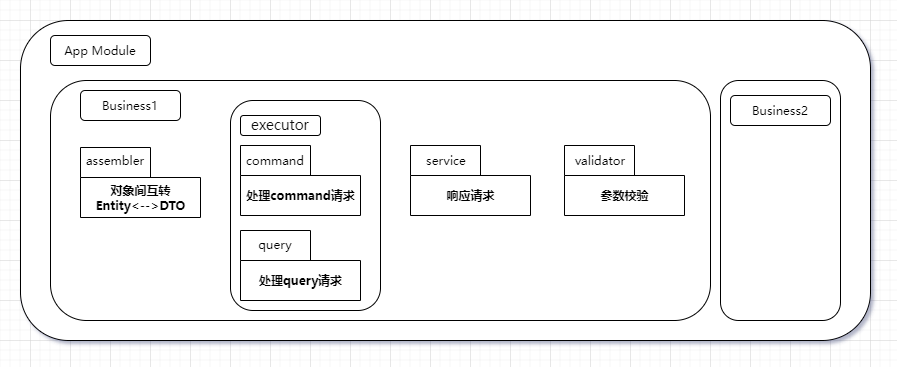
Earlier version of the draw.io export doc/image/witboot-app.png (sunxiaozhi/WitBoot). Source tidied: cells renumbered, new cells last; positions are measured from the earlier drawing's top-left corner, leaving out a move shared by most shapes.
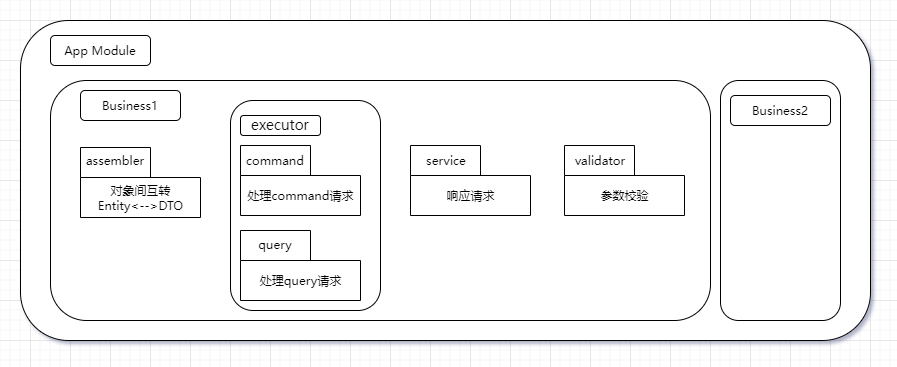
Above is the later version.

What changed in the source:
```diff
@@ -2,64 +2,64 @@
   <root>
     <mxCell id="0" />
     <mxCell id="1" parent="0" />
-    <mxCell id="2" style="rounded=1;whiteSpace=wrap;html=1;fontFamily=SourceCodePro-Medium;" parent="1" vertex="1">
+    <mxCell id="2" style="rounded=1;whiteSpace=wrap;html=1;fontFamily=SourceCodePro-Medium;fontStyle=0;" parent="1" vertex="1">
       <mxGeometry width="850" height="320" as="geometry" />
     </mxCell>
-    <mxCell id="3" style="rounded=1;whiteSpace=wrap;html=1;fontFamily=SourceCodePro-Medium;" parent="1" vertex="1">
+    <mxCell id="3" style="rounded=1;whiteSpace=wrap;html=1;fontFamily=SourceCodePro-Medium;fontStyle=0;" parent="1" vertex="1">
       <mxGeometry x="30" y="60" width="660" height="240" as="geometry" />
     </mxCell>
-    <mxCell id="4" style="rounded=1;whiteSpace=wrap;html=1;fontFamily=SourceCodePro-Medium;" parent="1" vertex="1">
+    <mxCell id="4" style="rounded=1;whiteSpace=wrap;html=1;fontFamily=SourceCodePro-Medium;fontStyle=0;" parent="1" vertex="1">
       <mxGeometry x="210" y="80" width="150" height="210" as="geometry" />
     </mxCell>
-    <mxCell id="5" value="对象间互转&lt;br&gt;Entity&amp;lt;--&amp;gt;DTO" style="shape=folder;fontStyle=1;tabWidth=70;tabHeight=30;tabPosition=left;html=1;boundedLbl=1;fontFamily=SourceCodePro-Medium;" parent="1" vertex="1">
+    <mxCell id="5" value="对象间互转&lt;br&gt;Entity&amp;lt;--&amp;gt;DTO" style="shape=folder;fontStyle=0;tabWidth=70;tabHeight=30;tabPosition=left;html=1;boundedLbl=1;fontFamily=SourceCodePro-Medium;" parent="1" vertex="1">
       <mxGeometry x="60" y="127" width="120" height="70" as="geometry" />
     </mxCell>
-    <mxCell id="6" value="响应请求" style="shape=folder;fontStyle=1;tabWidth=70;tabHeight=30;tabPosition=left;html=1;boundedLbl=1;fontFamily=SourceCodePro-Medium;" parent="1" vertex="1">
+    <mxCell id="6" value="响应请求" style="shape=folder;fontStyle=0;tabWidth=70;tabHeight=30;tabPosition=left;html=1;boundedLbl=1;fontFamily=SourceCodePro-Medium;" parent="1" vertex="1">
       <mxGeometry x="390" y="125" width="120" height="70" as="geometry" />
     </mxCell>
-    <mxCell id="7" value="App Module" style="rounded=1;whiteSpace=wrap;html=1;fontFamily=SourceCodePro-Medium;" parent="1" vertex="1">
+    <mxCell id="7" value="App Module" style="rounded=1;whiteSpace=wrap;html=1;fontFamily=SourceCodePro-Medium;fontStyle=0;" parent="1" vertex="1">
       <mxGeometry x="30" y="15" width="100" height="30" as="geometry" />
     </mxCell>
-    <mxCell id="8" value="Business1" style="rounded=1;whiteSpace=wrap;html=1;fontFamily=SourceCodePro-Medium;" parent="1" vertex="1">
+    <mxCell id="8" value="Business1" style="rounded=1;whiteSpace=wrap;html=1;fontFamily=SourceCodePro-Medium;fontStyle=0;" parent="1" vertex="1">
       <mxGeometry x="60" y="70" width="100" height="30" as="geometry" />
     </mxCell>
-    <mxCell id="9" value="处理command请求" style="shape=folder;fontStyle=1;tabWidth=70;tabHeight=30;tabPosition=left;html=1;boundedLbl=1;fontFamily=SourceCodePro-Medium;" parent="1" vertex="1">
+    <mxCell id="9" value="处理command请求" style="shape=folder;fontStyle=0;tabWidth=70;tabHeight=30;tabPosition=left;html=1;boundedLbl=1;fontFamily=SourceCodePro-Medium;" parent="1" vertex="1">
       <mxGeometry x="220" y="125" width="120" height="70" as="geometry" />
     </mxCell>
-    <mxCell id="10" value="service" style="text;html=1;strokeColor=none;fillColor=none;align=center;verticalAlign=middle;whiteSpace=wrap;rounded=0;fontFamily=SourceCodePro-Medium;" parent="1" vertex="1">
+    <mxCell id="10" value="service" style="text;html=1;strokeColor=none;fillColor=none;align=center;verticalAlign=middle;whiteSpace=wrap;rounded=0;fontFamily=SourceCodePro-Medium;fontStyle=0;" parent="1" vertex="1">
       <mxGeometry x="406" y="130" width="40" height="20" as="geometry" />
     </mxCell>
-    <mxCell id="11" style="edgeStyle=orthogonalEdgeStyle;rounded=0;orthogonalLoop=1;jettySize=auto;html=1;exitX=0.5;exitY=1;exitDx=0;exitDy=0;fontFamily=SourceCodePro-Medium;" parent="1" edge="1">
+    <mxCell id="11" style="edgeStyle=orthogonalEdgeStyle;rounded=0;orthogonalLoop=1;jettySize=auto;html=1;exitX=0.5;exitY=1;exitDx=0;exitDy=0;fontFamily=SourceCodePro-Medium;fontStyle=0;" parent="1" edge="1">
       <mxGeometry relative="1" as="geometry">
         <mxPoint x="90" y="169" as="sourcePoint" />
         <mxPoint x="90" y="169" as="targetPoint" />
       </mxGeometry>
     </mxCell>
-    <mxCell id="12" value="参数校验" style="shape=folder;fontStyle=1;tabWidth=70;tabHeight=30;tabPosition=left;html=1;boundedLbl=1;fontFamily=SourceCodePro-Medium;" parent="1" vertex="1">
+    <mxCell id="12" value="参数校验" style="shape=folder;fontStyle=0;tabWidth=70;tabHeight=30;tabPosition=left;html=1;boundedLbl=1;fontFamily=SourceCodePro-Medium;" parent="1" vertex="1">
       <mxGeometry x="544" y="125" width="120" height="70" as="geometry" />
     </mxCell>
-    <mxCell id="13" value="处理query请求" style="shape=folder;fontStyle=1;tabWidth=70;tabHeight=30;tabPosition=left;html=1;boundedLbl=1;fontFamily=SourceCodePro-Medium;" parent="1" vertex="1">
+    <mxCell id="13" value="处理query请求" style="shape=folder;fontStyle=0;tabWidth=70;tabHeight=30;tabPosition=left;html=1;boundedLbl=1;fontFamily=SourceCodePro-Medium;" parent="1" vertex="1">
       <mxGeometry x="220" y="210" width="120" height="70" as="geometry" />
     </mxCell>
-    <mxCell id="14" value="command" style="text;html=1;strokeColor=none;fillColor=none;align=center;verticalAlign=middle;whiteSpace=wrap;rounded=0;fontFamily=SourceCodePro-Medium;" parent="1" vertex="1">
+    <mxCell id="14" value="command" style="text;html=1;strokeColor=none;fillColor=none;align=center;verticalAlign=middle;whiteSpace=wrap;rounded=0;fontFamily=SourceCodePro-Medium;fontStyle=0;" parent="1" vertex="1">
       <mxGeometry x="235" y="130" width="40" height="20" as="geometry" />
     </mxCell>
-    <mxCell id="15" value="assembler" style="text;html=1;strokeColor=none;fillColor=none;align=center;verticalAlign=middle;whiteSpace=wrap;rounded=0;fontFamily=SourceCodePro-Medium;" parent="1" vertex="1">
+    <mxCell id="15" value="assembler" style="text;html=1;strokeColor=none;fillColor=none;align=center;verticalAlign=middle;whiteSpace=wrap;rounded=0;fontFamily=SourceCodePro-Medium;fontStyle=0;" parent="1" vertex="1">
       <mxGeometry x="75" y="130" width="40" height="20" as="geometry" />
     </mxCell>
-    <mxCell id="16" value="validator" style="text;html=1;strokeColor=none;fillColor=none;align=center;verticalAlign=middle;whiteSpace=wrap;rounded=0;fontFamily=SourceCodePro-Medium;" parent="1" vertex="1">
+    <mxCell id="16" value="validator" style="text;html=1;strokeColor=none;fillColor=none;align=center;verticalAlign=middle;whiteSpace=wrap;rounded=0;fontFamily=SourceCodePro-Medium;fontStyle=0;" parent="1" vertex="1">
       <mxGeometry x="560" y="130" width="40" height="20" as="geometry" />
     </mxCell>
-    <mxCell id="17" value="query" style="text;html=1;strokeColor=none;fillColor=none;align=center;verticalAlign=middle;whiteSpace=wrap;rounded=0;fontFamily=SourceCodePro-Medium;" parent="1" vertex="1">
+    <mxCell id="17" value="query" style="text;html=1;strokeColor=none;fillColor=none;align=center;verticalAlign=middle;whiteSpace=wrap;rounded=0;fontFamily=SourceCodePro-Medium;fontStyle=0;" parent="1" vertex="1">
       <mxGeometry x="235" y="214" width="40" height="20" as="geometry" />
     </mxCell>
-    <mxCell id="18" style="rounded=1;whiteSpace=wrap;html=1;fontFamily=SourceCodePro-Medium;" parent="1" vertex="1">
+    <mxCell id="18" style="rounded=1;whiteSpace=wrap;html=1;fontFamily=SourceCodePro-Medium;fontStyle=0;" parent="1" vertex="1">
       <mxGeometry x="700" y="60" width="120" height="240" as="geometry" />
     </mxCell>
-    <mxCell id="19" value="Business2" style="rounded=1;whiteSpace=wrap;html=1;fontFamily=SourceCodePro-Medium;" parent="1" vertex="1">
+    <mxCell id="19" value="Business2" style="rounded=1;whiteSpace=wrap;html=1;fontFamily=SourceCodePro-Medium;fontStyle=0;" parent="1" vertex="1">
       <mxGeometry x="710" y="75" width="100" height="30" as="geometry" />
     </mxCell>
-    <mxCell id="20" value="&lt;div style=&quot;background-color: rgb(255, 255, 255); color: rgb(8, 8, 8); font-size: 10.5pt;&quot;&gt;executor&lt;/div&gt;" style="rounded=1;whiteSpace=wrap;html=1;fontFamily=SourceCodePro-Medium;" parent="1" vertex="1">
+    <mxCell id="20" value="&lt;div style=&quot;background-color: rgb(255, 255, 255); color: rgb(8, 8, 8); font-size: 10.5pt;&quot;&gt;executor&lt;/div&gt;" style="rounded=1;whiteSpace=wrap;html=1;fontFamily=SourceCodePro-Medium;fontStyle=0;" parent="1" vertex="1">
       <mxGeometry x="220" y="95" width="80" height="20" as="geometry" />
     </mxCell>
   </root>
```
